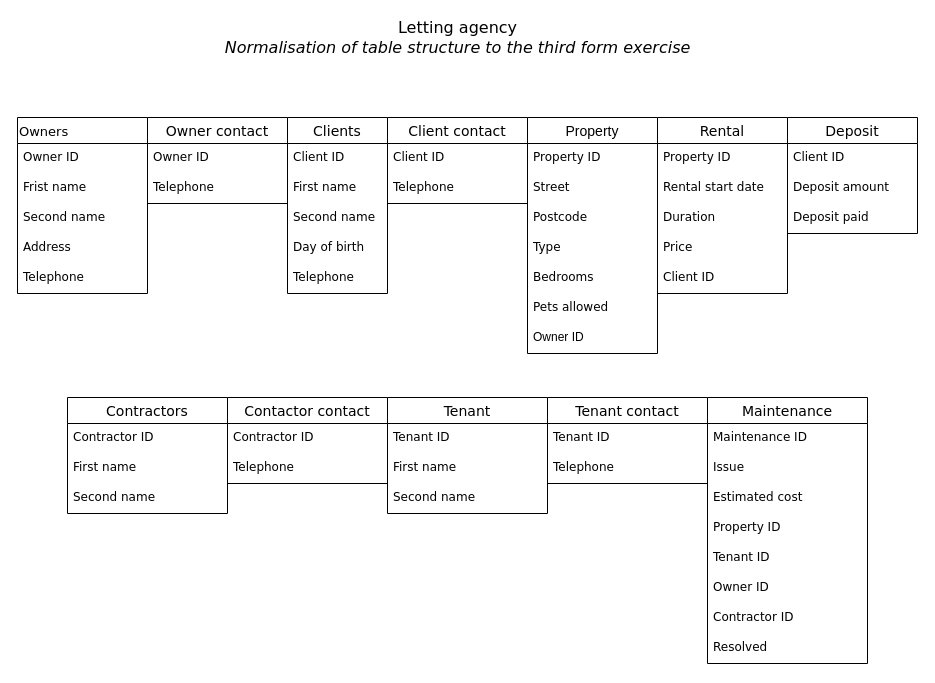
Before: 3NF table structure.drawio in Richard-A-llen/Python, a draw.io diagram. Source tidied: cells renumbered, new cells numbered last; positions are measured from the earlier drawing's top-left corner, leaving out a move shared by most shapes. Both pictures are drawn from the tidied source at 100%, with x=0, y=0 at pixel (17, 17).
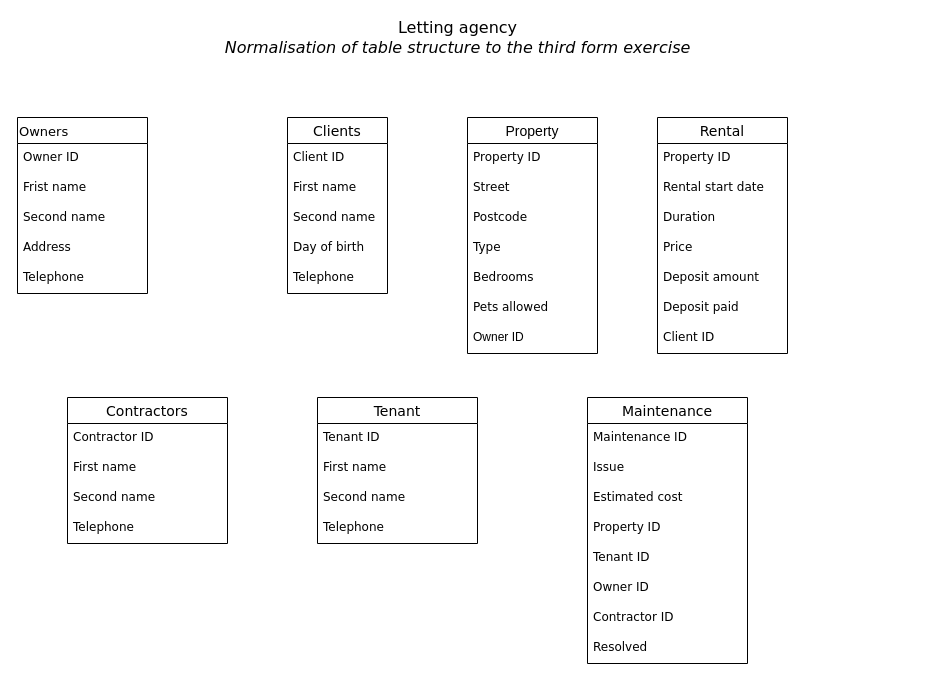
The same page after the edit.

What changed in the source:
```diff
@@
     <mxCell id="8" value="Property" style="swimlane;fontStyle=0;horizontal=1;startSize=26;align=center;fontSize=14;fontFamily=Helvetica;" parent="1" vertex="1">
-      <mxGeometry x="510" y="100" width="130" height="236" as="geometry" />
+      <mxGeometry x="450" y="100" width="130" height="236" as="geometry" />
     </mxCell>
@@
     <mxCell id="16" value="Rental" style="swimlane;fontStyle=0;horizontal=1;startSize=26;align=center;fontSize=14;fontFamily=Verdana;" parent="1" vertex="1">
-      <mxGeometry x="640" y="100" width="130" height="176" as="geometry" />
+      <mxGeometry x="640" y="100" width="130" height="236" as="geometry" />
     </mxCell>
@@
+    <mxCell id="28" value="Deposit amount" style="text;strokeColor=none;fillColor=none;spacingLeft=4;spacingRight=4;overflow=hidden;fontSize=12;fontFamily=Verdana;" parent="16" vertex="1">
+      <mxGeometry y="146" width="130" height="30" as="geometry" />
+    </mxCell>
+    <mxCell id="29" value="Deposit paid" style="text;strokeColor=none;fillColor=none;spacingLeft=4;spacingRight=4;overflow=hidden;fontSize=12;fontFamily=Verdana;" parent="16" vertex="1">
+      <mxGeometry y="176" width="130" height="30" as="geometry" />
+    </mxCell>
     <mxCell id="21" value="Client ID" style="text;strokeColor=none;fillColor=none;spacingLeft=4;spacingRight=4;overflow=hidden;fontSize=12;fontFamily=Verdana;" parent="16" vertex="1">
-      <mxGeometry y="146" width="130" height="30" as="geometry" />
+      <mxGeometry y="206" width="130" height="30" as="geometry" />
     </mxCell>
     <mxCell id="22" value="Contractors" style="swimlane;fontStyle=0;horizontal=1;startSize=26;align=center;fontSize=14;fontFamily=Verdana;" parent="1" vertex="1">
-      <mxGeometry x="50" y="380" width="160" height="116" as="geometry" />
+      <mxGeometry x="50" y="380" width="160" height="146" as="geometry" />
     </mxCell>
@@
-    <mxCell id="26" value="Deposit" style="swimlane;fontStyle=0;horizontal=1;startSize=26;align=center;fontSize=14;fontFamily=Verdana;" parent="1" vertex="1">
-      <mxGeometry x="770" y="100" width="130" height="116" as="geometry" />
-    </mxCell>
-    <mxCell id="27" value="Client ID" style="text;strokeColor=none;fillColor=none;spacingLeft=4;spacingRight=4;overflow=hidden;fontSize=12;fontFamily=Verdana;" parent="26" vertex="1">
-      <mxGeometry y="26" width="130" height="30" as="geometry" />
-    </mxCell>
-    <mxCell id="28" value="Deposit amount" style="text;strokeColor=none;fillColor=none;spacingLeft=4;spacingRight=4;overflow=hidden;fontSize=12;fontFamily=Verdana;" parent="26" vertex="1">
-      <mxGeometry y="56" width="130" height="30" as="geometry" />
-    </mxCell>
-    <mxCell id="29" value="Deposit paid" style="text;strokeColor=none;fillColor=none;spacingLeft=4;spacingRight=4;overflow=hidden;fontSize=12;fontFamily=Verdana;" parent="26" vertex="1">
-      <mxGeometry y="86" width="130" height="30" as="geometry" />
-    </mxCell>
+    <mxCell id="58" value="Telephone" style="text;strokeColor=none;fillColor=none;spacingLeft=4;spacingRight=4;overflow=hidden;fontSize=12;fontFamily=Verdana;" parent="22" vertex="1">
+      <mxGeometry y="116" width="160" height="30" as="geometry" />
+    </mxCell>
@@
     <mxCell id="36" value="Maintenance" style="swimlane;fontStyle=0;horizontal=1;startSize=26;align=center;fontSize=14;fontFamily=Verdana;" parent="1" vertex="1">
-      <mxGeometry x="690" y="380" width="160" height="266" as="geometry" />
+      <mxGeometry x="570" y="380" width="160" height="266" as="geometry" />
     </mxCell>
@@
     <mxCell id="45" value="Tenant" style="swimlane;fontStyle=0;horizontal=1;startSize=26;align=center;fontSize=14;fontFamily=Verdana;" parent="1" vertex="1">
-      <mxGeometry x="370" y="380" width="160" height="116" as="geometry" />
+      <mxGeometry x="300" y="380" width="160" height="146" as="geometry" />
     </mxCell>
@@
+    <mxCell id="61" value="Telephone" style="text;strokeColor=none;fillColor=none;spacingLeft=4;spacingRight=4;overflow=hidden;fontSize=12;fontFamily=Verdana;" parent="45" vertex="1">
+      <mxGeometry y="116" width="160" height="30" as="geometry" />
+    </mxCell>
@@
-    <mxCell id="50" value="Owner contact" style="swimlane;fontStyle=0;horizontal=1;startSize=26;align=center;fontSize=14;fontFamily=Verdana;" parent="1" vertex="1">
-      <mxGeometry x="130" y="100" width="140" height="86" as="geometry" />
-    </mxCell>
-    <mxCell id="51" value="Owner ID" style="text;strokeColor=none;fillColor=none;spacingLeft=4;spacingRight=4;overflow=hidden;fontSize=12;fontFamily=Verdana;" parent="50" vertex="1">
-      <mxGeometry y="26" width="140" height="30" as="geometry" />
-    </mxCell>
-    <mxCell id="52" value="Telephone" style="text;strokeColor=none;fillColor=none;spacingLeft=4;spacingRight=4;overflow=hidden;fontSize=12;fontFamily=Verdana;" parent="50" vertex="1">
-      <mxGeometry y="56" width="140" height="30" as="geometry" />
-    </mxCell>
-    <mxCell id="53" value="Client contact" style="swimlane;fontStyle=0;horizontal=1;startSize=26;align=center;fontSize=14;fontFamily=Verdana;" parent="1" vertex="1">
-      <mxGeometry x="370" y="100" width="140" height="86" as="geometry" />
-    </mxCell>
-    <mxCell id="54" value="Client ID" style="text;strokeColor=none;fillColor=none;spacingLeft=4;spacingRight=4;overflow=hidden;fontSize=12;fontFamily=Verdana;" parent="53" vertex="1">
-      <mxGeometry y="26" width="140" height="30" as="geometry" />
-    </mxCell>
-    <mxCell id="55" value="Telephone" style="text;strokeColor=none;fillColor=none;spacingLeft=4;spacingRight=4;overflow=hidden;fontSize=12;fontFamily=Verdana;" parent="53" vertex="1">
-      <mxGeometry y="56" width="140" height="30" as="geometry" />
-    </mxCell>
-    <mxCell id="56" value="Contactor contact" style="swimlane;fontStyle=0;horizontal=1;startSize=26;align=center;fontSize=14;fontFamily=Verdana;" parent="1" vertex="1">
-      <mxGeometry x="210" y="380" width="160" height="86" as="geometry" />
-    </mxCell>
-    <mxCell id="57" value="Contractor ID" style="text;strokeColor=none;fillColor=none;spacingLeft=4;spacingRight=4;overflow=hidden;fontSize=12;fontFamily=Verdana;" parent="56" vertex="1">
-      <mxGeometry y="26" width="160" height="30" as="geometry" />
-    </mxCell>
-    <mxCell id="58" value="Telephone" style="text;strokeColor=none;fillColor=none;spacingLeft=4;spacingRight=4;overflow=hidden;fontSize=12;fontFamily=Verdana;" parent="56" vertex="1">
-      <mxGeometry y="56" width="160" height="30" as="geometry" />
-    </mxCell>
-    <mxCell id="59" value="Tenant contact" style="swimlane;fontStyle=0;horizontal=1;startSize=26;align=center;fontSize=14;fontFamily=Verdana;" parent="1" vertex="1">
-      <mxGeometry x="530" y="380" width="160" height="86" as="geometry" />
-    </mxCell>
-    <mxCell id="60" value="Tenant ID" style="text;strokeColor=none;fillColor=none;spacingLeft=4;spacingRight=4;overflow=hidden;fontSize=12;fontFamily=Verdana;" parent="59" vertex="1">
-      <mxGeometry y="26" width="160" height="30" as="geometry" />
-    </mxCell>
-    <mxCell id="61" value="Telephone" style="text;strokeColor=none;fillColor=none;spacingLeft=4;spacingRight=4;overflow=hidden;fontSize=12;fontFamily=Verdana;" parent="59" vertex="1">
-      <mxGeometry y="56" width="160" height="30" as="geometry" />
-    </mxCell>
```
